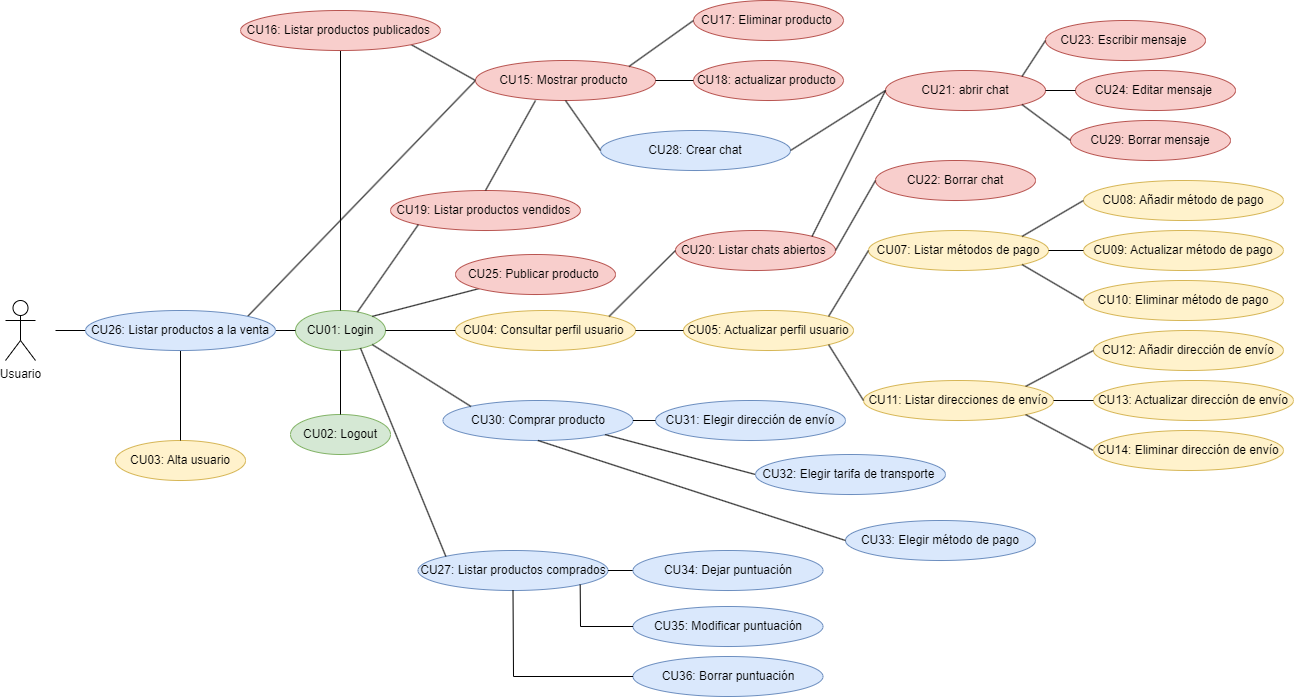
This is Casos de uso.drawio.png from AruberutoEXE/Cexupo, a draw.io export, as it was before one commit. Source tidied: cells renumbered, new cells last; positions are measured from the earlier drawing's top-left corner, leaving out a move shared by most shapes.
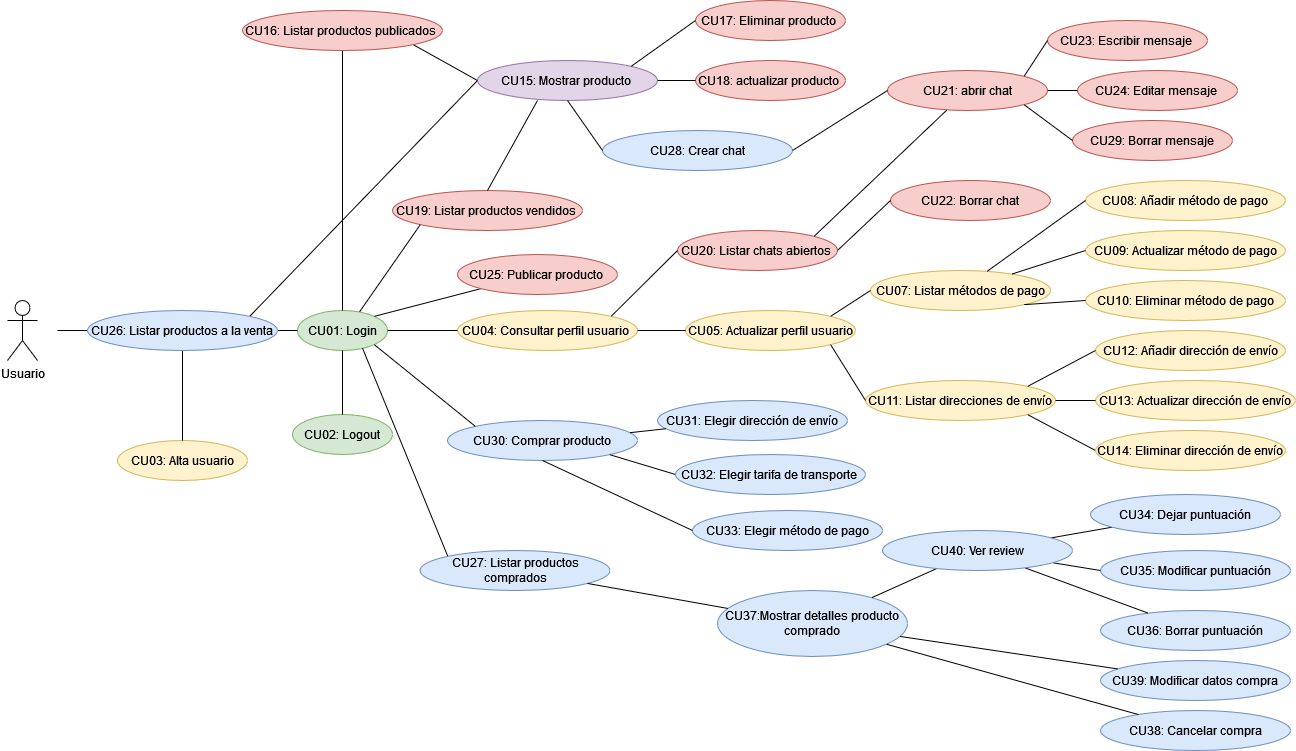
The same file after the commit.

Change to the diagram source:
```diff
@@ -39,18 +39,18 @@
       <mxGeometry x="1078" y="180" width="200" height="40" as="geometry" />
     </mxCell>
     <mxCell id="14" value="CU07: Listar métodos de pago" style="ellipse;whiteSpace=wrap;html=1;fillColor=#fff2cc;strokeColor=#d6b656;" parent="1" vertex="1">
-      <mxGeometry x="863" y="230" width="180" height="40" as="geometry" />
+      <mxGeometry x="863" y="270" width="180" height="40" as="geometry" />
     </mxCell>
     <mxCell id="15" style="endArrow=none;html=1;rounded=0;exitX=1;exitY=0;exitDx=0;exitDy=0;entryX=0;entryY=0.5;entryDx=0;entryDy=0;" parent="1" edge="1" source="8" target="14">
       <mxGeometry relative="1" as="geometry" />
     </mxCell>
-    <mxCell id="16" style="endArrow=none;html=1;rounded=0;exitX=1;exitY=0;exitDx=0;exitDy=0;entryX=0;entryY=0.5;entryDx=0;entryDy=0;" parent="1" edge="1" source="14" target="13">
+    <mxCell id="16" style="endArrow=none;html=1;rounded=0;entryX=0;entryY=0.5;entryDx=0;entryDy=0;" parent="1" edge="1" source="14" target="13">
       <mxGeometry relative="1" as="geometry" />
     </mxCell>
     <mxCell id="17" value="CU09: Actualizar método de pago" style="ellipse;whiteSpace=wrap;html=1;fillColor=#fff2cc;strokeColor=#d6b656;" parent="1" vertex="1">
       <mxGeometry x="1078" y="230" width="200" height="40" as="geometry" />
     </mxCell>
-    <mxCell id="18" style="endArrow=none;html=1;rounded=0;exitX=1;exitY=0.5;exitDx=0;exitDy=0;entryX=0;entryY=0.5;entryDx=0;entryDy=0;" parent="1" edge="1" source="14" target="17">
+    <mxCell id="18" style="endArrow=none;html=1;rounded=0;entryX=0;entryY=0.5;entryDx=0;entryDy=0;" parent="1" edge="1" source="14" target="17">
       <mxGeometry relative="1" as="geometry" />
     </mxCell>
     <mxCell id="19" value="CU10: Eliminar método de pago" style="ellipse;whiteSpace=wrap;html=1;fillColor=#fff2cc;strokeColor=#d6b656;" parent="1" vertex="1">
@@ -86,7 +86,7 @@
     <mxCell id="29" style="endArrow=none;html=1;rounded=0;entryX=0;entryY=0.5;entryDx=0;entryDy=0;exitX=1;exitY=0;exitDx=0;exitDy=0;" parent="1" edge="1" source="49" target="30">
       <mxGeometry relative="1" as="geometry" />
     </mxCell>
-    <mxCell id="30" value="CU15: Mostrar producto&amp;nbsp;" style="ellipse;whiteSpace=wrap;html=1;fillColor=#f8cecc;strokeColor=#b85450;" parent="1" vertex="1">
+    <mxCell id="30" value="CU15: Mostrar producto&amp;nbsp;" style="ellipse;whiteSpace=wrap;html=1;fillColor=#e1d5e7;strokeColor=#9673a6;" parent="1" vertex="1">
       <mxGeometry x="470" y="60" width="180" height="40" as="geometry" />
     </mxCell>
     <mxCell id="31" style="endArrow=none;html=1;rounded=0;entryX=0.5;entryY=1;entryDx=0;entryDy=0;exitX=0.5;exitY=0;exitDx=0;exitDy=0;" parent="1" edge="1" source="3" target="73">
@@ -116,11 +116,11 @@
     <mxCell id="39" value="CU21: abrir chat" style="ellipse;whiteSpace=wrap;html=1;fillColor=#f8cecc;strokeColor=#b85450;" parent="1" vertex="1">
       <mxGeometry x="880" y="70" width="160" height="40" as="geometry" />
     </mxCell>
-    <mxCell id="40" style="endArrow=none;html=1;rounded=0;exitX=1;exitY=0;exitDx=0;exitDy=0;entryX=0;entryY=0.5;entryDx=0;entryDy=0;" parent="1" edge="1" source="37" target="39">
+    <mxCell id="40" style="endArrow=none;html=1;rounded=0;exitX=1;exitY=0;exitDx=0;exitDy=0;" parent="1" edge="1" source="37" target="39">
       <mxGeometry relative="1" as="geometry" />
     </mxCell>
     <mxCell id="41" value="CU22: Borrar chat" style="ellipse;whiteSpace=wrap;html=1;fillColor=#f8cecc;strokeColor=#b85450;" parent="1" vertex="1">
-      <mxGeometry x="870" y="160" width="160" height="40" as="geometry" />
+      <mxGeometry x="883" y="180" width="160" height="40" as="geometry" />
     </mxCell>
     <mxCell id="42" style="endArrow=none;html=1;rounded=0;exitX=1;exitY=0.5;exitDx=0;exitDy=0;entryX=0;entryY=0.5;entryDx=0;entryDy=0;" parent="1" edge="1" source="37" target="41">
       <mxGeometry relative="1" as="geometry" />
@@ -164,7 +164,7 @@
       <mxGeometry relative="1" as="geometry" />
     </mxCell>
     <mxCell id="55" value="CU30: Comprar producto" style="ellipse;whiteSpace=wrap;html=1;fillColor=#dae8fc;strokeColor=#6c8ebf;" parent="1" vertex="1">
-      <mxGeometry x="437.5" y="400" width="190" height="40" as="geometry" />
+      <mxGeometry x="440" y="420" width="190" height="40" as="geometry" />
     </mxCell>
     <mxCell id="56" style="endArrow=none;html=1;rounded=0;entryX=0;entryY=0;entryDx=0;entryDy=0;exitX=1;exitY=1;exitDx=0;exitDy=0;" parent="1" edge="1" source="3" target="55">
       <mxGeometry relative="1" as="geometry" />
@@ -172,17 +172,17 @@
     <mxCell id="57" value="CU31: Elegir dirección de envío" style="ellipse;whiteSpace=wrap;html=1;fillColor=#dae8fc;strokeColor=#6c8ebf;" parent="1" vertex="1">
       <mxGeometry x="650" y="400" width="190" height="40" as="geometry" />
     </mxCell>
-    <mxCell id="58" style="endArrow=none;html=1;rounded=0;exitX=1;exitY=0.5;exitDx=0;exitDy=0;entryX=0;entryY=0.5;entryDx=0;entryDy=0;" parent="1" edge="1" source="55" target="57">
+    <mxCell id="58" style="endArrow=none;html=1;rounded=0;" parent="1" edge="1" source="55" target="57">
       <mxGeometry relative="1" as="geometry" />
     </mxCell>
     <mxCell id="59" value="CU33: Elegir método de pago" style="ellipse;whiteSpace=wrap;html=1;fillColor=#dae8fc;strokeColor=#6c8ebf;" parent="1" vertex="1">
-      <mxGeometry x="840" y="520" width="190" height="40" as="geometry" />
+      <mxGeometry x="685" y="510" width="190" height="40" as="geometry" />
     </mxCell>
     <mxCell id="60" style="endArrow=none;html=1;rounded=0;exitX=1;exitY=1;exitDx=0;exitDy=0;entryX=0;entryY=0.5;entryDx=0;entryDy=0;" parent="1" edge="1" source="55" target="61">
       <mxGeometry relative="1" as="geometry" />
     </mxCell>
     <mxCell id="61" value="CU32: Elegir tarifa de transporte&amp;nbsp;" style="ellipse;whiteSpace=wrap;html=1;fillColor=#dae8fc;strokeColor=#6c8ebf;" parent="1" vertex="1">
-      <mxGeometry x="750" y="454" width="190" height="40" as="geometry" />
+      <mxGeometry x="668" y="454" width="190" height="40" as="geometry" />
     </mxCell>
     <mxCell id="62" style="endArrow=none;html=1;rounded=0;exitX=0.5;exitY=1;exitDx=0;exitDy=0;entryX=0;entryY=0.5;entryDx=0;entryDy=0;" parent="1" edge="1" source="55" target="59">
       <mxGeometry relative="1" as="geometry" />
@@ -193,31 +193,23 @@
     <mxCell id="64" style="endArrow=none;html=1;rounded=0;entryX=0;entryY=0;entryDx=0;entryDy=0;exitX=0.722;exitY=0.94;exitDx=0;exitDy=0;exitPerimeter=0;" parent="1" edge="1" source="3" target="63">
       <mxGeometry relative="1" as="geometry" />
     </mxCell>
-    <mxCell id="65" style="endArrow=none;html=1;rounded=0;exitX=1;exitY=0.5;exitDx=0;exitDy=0;entryX=0;entryY=0.5;entryDx=0;entryDy=0;" parent="1" edge="1" source="63" target="66">
+    <mxCell id="65" style="endArrow=none;html=1;rounded=0;" parent="1" edge="1" source="83" target="66">
       <mxGeometry relative="1" as="geometry" />
     </mxCell>
     <mxCell id="66" value="CU34: Dejar puntuación" style="ellipse;whiteSpace=wrap;html=1;fillColor=#dae8fc;strokeColor=#6c8ebf;" parent="1" vertex="1">
-      <mxGeometry x="627.5" y="550" width="190" height="40" as="geometry" />
+      <mxGeometry x="1083" y="494" width="190" height="40" as="geometry" />
     </mxCell>
     <mxCell id="67" value="CU35: Modificar puntuación" style="ellipse;whiteSpace=wrap;html=1;fillColor=#dae8fc;strokeColor=#6c8ebf;" parent="1" vertex="1">
-      <mxGeometry x="627.5" y="606" width="190" height="40" as="geometry" />
+      <mxGeometry x="1093" y="550" width="190" height="40" as="geometry" />
     </mxCell>
-    <mxCell id="68" style="endArrow=none;html=1;rounded=0;entryX=0;entryY=0.5;entryDx=0;entryDy=0;exitX=1;exitY=1;exitDx=0;exitDy=0;" parent="1" edge="1" source="63" target="67">
-      <mxGeometry relative="1" as="geometry">
-        <Array as="points">
-          <mxPoint x="575" y="626" />
-        </Array>
-      </mxGeometry>
+    <mxCell id="68" style="endArrow=none;html=1;rounded=0;entryX=0;entryY=0.5;entryDx=0;entryDy=0;" parent="1" edge="1" source="83" target="67">
+      <mxGeometry relative="1" as="geometry" />
     </mxCell>
     <mxCell id="69" value="CU36: Borrar puntuación" style="ellipse;whiteSpace=wrap;html=1;fillColor=#dae8fc;strokeColor=#6c8ebf;" parent="1" vertex="1">
-      <mxGeometry x="627.5" y="656" width="190" height="40" as="geometry" />
+      <mxGeometry x="1093" y="610" width="190" height="40" as="geometry" />
     </mxCell>
-    <mxCell id="70" style="endArrow=none;html=1;rounded=0;exitX=0.5;exitY=1;exitDx=0;exitDy=0;entryX=0;entryY=0.5;entryDx=0;entryDy=0;" parent="1" edge="1" source="63" target="69">
-      <mxGeometry relative="1" as="geometry">
-        <Array as="points">
-          <mxPoint x="508" y="676" />
-        </Array>
-      </mxGeometry>
+    <mxCell id="70" style="endArrow=none;html=1;rounded=0;" parent="1" edge="1" source="83" target="69">
+      <mxGeometry relative="1" as="geometry" />
     </mxCell>
     <mxCell id="71" value="CU25: Publicar producto&amp;nbsp;" style="ellipse;whiteSpace=wrap;html=1;fillColor=#f8cecc;strokeColor=#b85450;" parent="1" vertex="1">
       <mxGeometry x="450" y="254" width="160" height="40" as="geometry" />
@@ -236,5 +228,29 @@
         <mxPoint x="530" y="100" as="targetPoint" />
       </mxGeometry>
     </mxCell>
+    <mxCell id="76" value="CU37:Mostrar detalles producto comprado" style="ellipse;whiteSpace=wrap;html=1;fillColor=#dae8fc;strokeColor=#6c8ebf;" parent="1" vertex="1">
+      <mxGeometry x="710" y="590" width="190" height="66" as="geometry" />
+    </mxCell>
+    <mxCell id="77" style="endArrow=none;html=1;rounded=0;" parent="1" edge="1" source="76" target="63">
+      <mxGeometry relative="1" as="geometry" />
+    </mxCell>
+    <mxCell id="78" value="CU39: Modificar datos compra" style="ellipse;whiteSpace=wrap;html=1;fillColor=#dae8fc;strokeColor=#6c8ebf;" parent="1" vertex="1">
+      <mxGeometry x="1093" y="660" width="190" height="40" as="geometry" />
+    </mxCell>
+    <mxCell id="79" value="CU38: Cancelar compra" style="ellipse;whiteSpace=wrap;html=1;fillColor=#dae8fc;strokeColor=#6c8ebf;" parent="1" vertex="1">
+      <mxGeometry x="1093" y="710" width="190" height="40" as="geometry" />
+    </mxCell>
+    <mxCell id="80" style="endArrow=none;html=1;rounded=0;" parent="1" edge="1" source="76" target="78">
+      <mxGeometry relative="1" as="geometry" />
+    </mxCell>
+    <mxCell id="81" style="endArrow=none;html=1;rounded=0;" parent="1" edge="1" source="76" target="79">
+      <mxGeometry relative="1" as="geometry" />
+    </mxCell>
+    <mxCell id="82" style="endArrow=none;html=1;rounded=0;" parent="1" edge="1" source="76" target="83">
+      <mxGeometry relative="1" as="geometry" />
+    </mxCell>
+    <mxCell id="83" value="CU40: Ver review" style="ellipse;whiteSpace=wrap;html=1;fillColor=#dae8fc;strokeColor=#6c8ebf;" parent="1" vertex="1">
+      <mxGeometry x="875" y="530" width="190" height="40" as="geometry" />
+    </mxCell>
   </root>
 </mxGraphModel>
```
